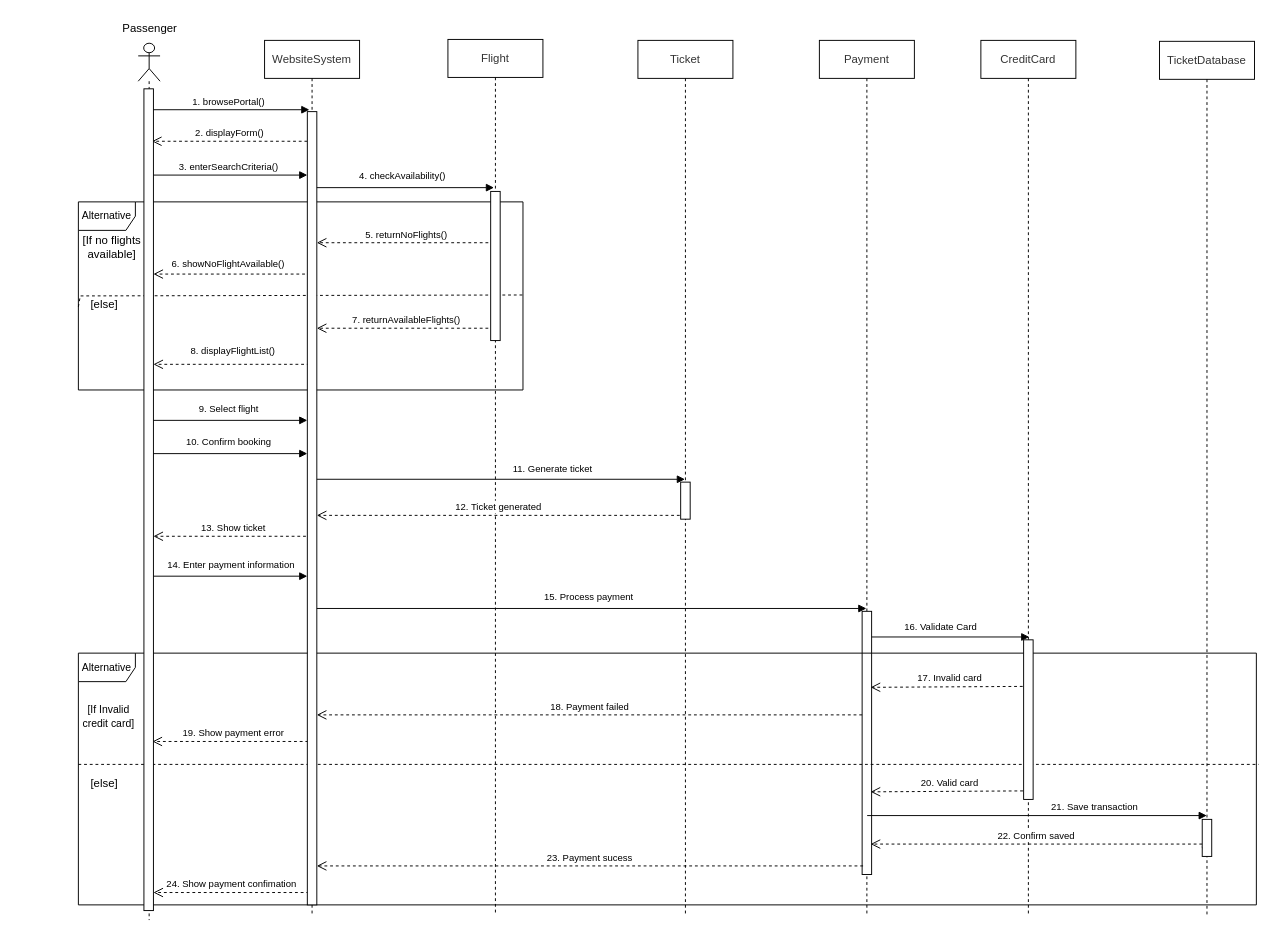
The draw.io diagram sequence2.drawio in huyTrinhVAn/Draw-Io-Repo, before the edit. Source tidied: cells renumbered, new cells numbered last; positions are measured from the earlier drawing's top-left corner, leaving out a move shared by most shapes. Both pictures are drawn from the tidied source at 95%, with x=0, y=0 at pixel (16, 16).
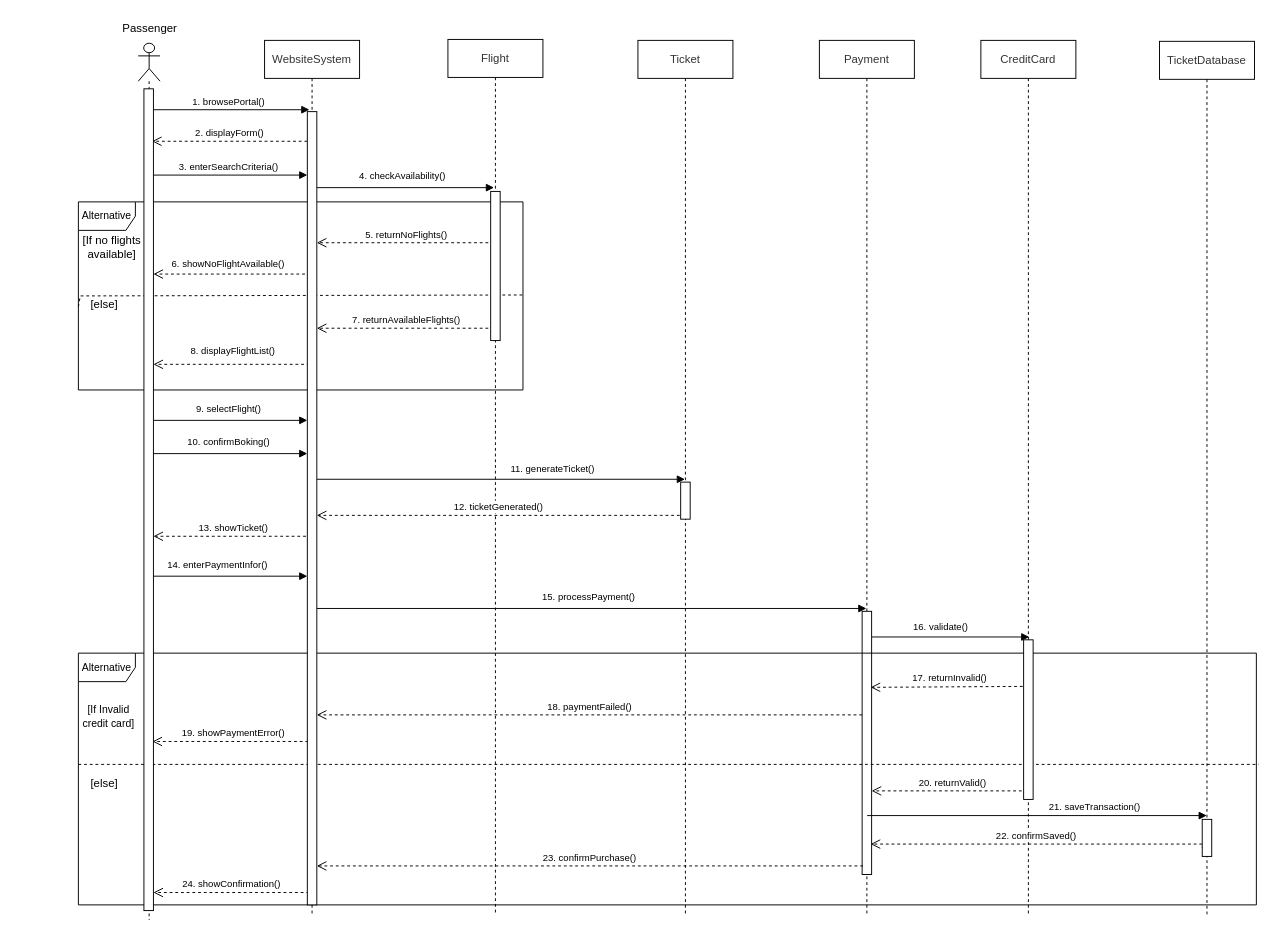
After the change.

Commit message:
Cập nhật sequence2.drawio

The change refers to these unchanged cells:
```xml
<mxCell id="3" value="&lt;span style=&quot;color: rgb(51, 51, 51); font-family: arial, sans-serif; text-wrap-mode: nowrap; background-color: rgb(255, 255, 255);&quot;&gt;&lt;font style=&quot;font-size: 12px;&quot;&gt;WebsiteSystem&lt;/font&gt;&lt;/span&gt;" style="shape=umlLifeline;perimeter=lifelinePerimeter;whiteSpace=wrap;html=1;outlineConnect=0;portConstraint=eastwest;newEdgeStyle={&quot;curved&quot;:0,&quot;rounded&quot;:0};" parent="1" vertex="1">
  <mxGeometry x="261" y="25" width="100" height="922" as="geometry" />
</mxCell>
<mxCell id="7" style="html=1;points=[[0,0,0,0,5],[0,1,0,0,-5],[1,0,0,0,5],[1,1,0,0,-5]];perimeter=orthogonalPerimeter;outlineConnect=0;targetShapes=umlLifeline;portConstraint=eastwest;newEdgeStyle={&quot;curved&quot;:0,&quot;rounded&quot;:0};" parent="6" vertex="1">
  <mxGeometry x="45" y="601" width="10" height="277" as="geometry" />
</mxCell>
<mxCell id="56" style="html=1;points=[[0,0,0,0,5],[0,1,0,0,-5],[1,0,0,0,5],[1,1,0,0,-5]];perimeter=orthogonalPerimeter;outlineConnect=0;targetShapes=umlLifeline;portConstraint=eastwest;newEdgeStyle={&quot;curved&quot;:0,&quot;rounded&quot;:0};" parent="55" vertex="1">
  <mxGeometry x="6" y="48" width="10" height="865" as="geometry" />
</mxCell>
<mxCell id="58" style="html=1;points=[[0,0,0,0,5],[0,1,0,0,-5],[1,0,0,0,5],[1,1,0,0,-5]];perimeter=orthogonalPerimeter;outlineConnect=0;targetShapes=umlLifeline;portConstraint=eastwest;newEdgeStyle={&quot;curved&quot;:0,&quot;rounded&quot;:0};" parent="1" vertex="1">
  <mxGeometry x="306" y="100" width="10" height="835" as="geometry" />
</mxCell>
<mxCell id="62" style="html=1;points=[[0,0,0,0,5],[0,1,0,0,-5],[1,0,0,0,5],[1,1,0,0,-5]];perimeter=orthogonalPerimeter;outlineConnect=0;targetShapes=umlLifeline;portConstraint=eastwest;newEdgeStyle={&quot;curved&quot;:0,&quot;rounded&quot;:0};" parent="1" vertex="1">
  <mxGeometry x="1248" y="845" width="10" height="39" as="geometry" />
</mxCell>
```

Change to the diagram source:
```diff
@@
-    <mxCell id="27" value="&lt;font style=&quot;font-size: 10px;&quot;&gt;9. Select flight&lt;/font&gt;" style="text;html=1;align=center;verticalAlign=middle;whiteSpace=wrap;rounded=0;" parent="1" vertex="1">
+    <mxCell id="27" value="&lt;font style=&quot;font-size: 10px;&quot;&gt;9. selectFlight()&lt;/font&gt;" style="text;html=1;align=center;verticalAlign=middle;whiteSpace=wrap;rounded=0;" parent="1" vertex="1">
       <mxGeometry x="162.5" y="405" width="121" height="16" as="geometry" />
     </mxCell>
@@
-    <mxCell id="29" value="&lt;font style=&quot;font-size: 10px;&quot;&gt;10. Confirm booking&lt;/font&gt;" style="text;html=1;align=center;verticalAlign=middle;whiteSpace=wrap;rounded=0;" parent="1" vertex="1">
+    <mxCell id="29" value="&lt;font style=&quot;font-size: 10px;&quot;&gt;10. confirmBoking()&lt;/font&gt;" style="text;html=1;align=center;verticalAlign=middle;whiteSpace=wrap;rounded=0;" parent="1" vertex="1">
       <mxGeometry x="162.5" y="439" width="121" height="16" as="geometry" />
     </mxCell>
@@
-    <mxCell id="31" value="&lt;font style=&quot;font-size: 10px;&quot;&gt;11. Generate ticket&lt;/font&gt;" style="text;html=1;align=center;verticalAlign=middle;whiteSpace=wrap;rounded=0;" parent="1" vertex="1">
+    <mxCell id="31" value="&lt;font style=&quot;font-size: 10px;&quot;&gt;11. generateTicket()&lt;/font&gt;" style="text;html=1;align=center;verticalAlign=middle;whiteSpace=wrap;rounded=0;" parent="1" vertex="1">
       <mxGeometry x="470" y="468" width="189" height="16" as="geometry" />
     </mxCell>
-    <mxCell id="32" value="&lt;font style=&quot;font-size: 10px;&quot;&gt;12. Ticket generated&lt;/font&gt;" style="html=1;verticalAlign=bottom;endArrow=open;dashed=1;endSize=8;curved=0;rounded=0;" parent="1" edge="1" target="58">
+    <mxCell id="32" value="&lt;font style=&quot;font-size: 10px;&quot;&gt;12. ticketGenerated()&lt;/font&gt;" style="html=1;verticalAlign=bottom;endArrow=open;dashed=1;endSize=8;curved=0;rounded=0;" parent="1" edge="1" target="58">
       <mxGeometry relative="1" as="geometry">
         <mxPoint x="698" y="525" as="sourcePoint" />
         <Array as="points">
           <mxPoint x="678" y="525" />
         </Array>
       </mxGeometry>
     </mxCell>
-    <mxCell id="33" value="&lt;font style=&quot;font-size: 10px;&quot;&gt;13. Show ticket&lt;/font&gt;" style="html=1;verticalAlign=bottom;endArrow=open;dashed=1;endSize=8;curved=0;rounded=0;" parent="1" edge="1" source="3" target="56">
+    <mxCell id="33" value="&lt;font style=&quot;font-size: 10px;&quot;&gt;13. showTicket()&lt;/font&gt;" style="html=1;verticalAlign=bottom;endArrow=open;dashed=1;endSize=8;curved=0;rounded=0;" parent="1" edge="1" source="3" target="56">
       <mxGeometry relative="1" as="geometry">
         <Array as="points">
           <mxPoint x="161" y="547" />
         </Array>
       </mxGeometry>
     </mxCell>
@@
-    <mxCell id="35" value="&lt;div style=&quot;text-align: center;&quot;&gt;&lt;span style=&quot;color: light-dark(rgb(0, 0, 0), rgb(255, 255, 255)); text-wrap-mode: nowrap; background-color: rgb(255, 255, 255);&quot;&gt;&lt;font style=&quot;font-size: 10px;&quot;&gt;14. Enter payment information&lt;/font&gt;&lt;/span&gt;&lt;/div&gt;" style="text;whiteSpace=wrap;html=1;" parent="1" vertex="1">
+    <mxCell id="35" value="&lt;div style=&quot;text-align: center;&quot;&gt;&lt;span style=&quot;color: light-dark(rgb(0, 0, 0), rgb(255, 255, 255)); text-wrap-mode: nowrap; background-color: rgb(255, 255, 255);&quot;&gt;&lt;font style=&quot;font-size: 10px;&quot;&gt;14. enterPaymentInfor()&lt;/font&gt;&lt;/span&gt;&lt;/div&gt;" style="text;whiteSpace=wrap;html=1;" parent="1" vertex="1">
       <mxGeometry x="157" y="563" width="119" height="22" as="geometry" />
     </mxCell>
@@
-    <mxCell id="37" value="&lt;font style=&quot;font-size: 10px;&quot;&gt;15. Process payment&lt;/font&gt;" style="text;html=1;align=center;verticalAlign=middle;whiteSpace=wrap;rounded=0;" parent="1" vertex="1">
+    <mxCell id="37" value="&lt;font style=&quot;font-size: 10px;&quot;&gt;15. processPayment()&lt;/font&gt;" style="text;html=1;align=center;verticalAlign=middle;whiteSpace=wrap;rounded=0;" parent="1" vertex="1">
       <mxGeometry x="508" y="603" width="189" height="16" as="geometry" />
     </mxCell>
@@
-    <mxCell id="39" value="&lt;font style=&quot;font-size: 10px;&quot;&gt;16. Validate Card&lt;/font&gt;" style="text;html=1;align=center;verticalAlign=middle;whiteSpace=wrap;rounded=0;" parent="1" vertex="1">
+    <mxCell id="39" value="&lt;font style=&quot;font-size: 10px;&quot;&gt;16. validate()&lt;/font&gt;" style="text;html=1;align=center;verticalAlign=middle;whiteSpace=wrap;rounded=0;" parent="1" vertex="1">
       <mxGeometry x="895" y="634" width="156" height="16" as="geometry" />
     </mxCell>
@@
-    <mxCell id="44" value="&lt;font style=&quot;font-size: 10px;&quot;&gt;17. Invalid card&lt;/font&gt;" style="html=1;verticalAlign=bottom;endArrow=open;dashed=1;endSize=8;curved=0;rounded=0;" parent="1" edge="1">
+    <mxCell id="44" value="&lt;font style=&quot;font-size: 10px;&quot;&gt;17. returnInvalid()&lt;/font&gt;" style="html=1;verticalAlign=bottom;endArrow=open;dashed=1;endSize=8;curved=0;rounded=0;" parent="1" edge="1">
       <mxGeometry relative="1" as="geometry">
         <mxPoint x="1065" y="705" as="sourcePoint" />
         <mxPoint x="899" y="706" as="targetPoint" />
       </mxGeometry>
     </mxCell>
-    <mxCell id="45" value="&lt;font style=&quot;font-size: 10px;&quot;&gt;18. Payment failed&lt;/font&gt;" style="html=1;verticalAlign=bottom;endArrow=open;dashed=1;endSize=8;curved=0;rounded=0;" parent="1" edge="1" target="58">
+    <mxCell id="45" value="&lt;font style=&quot;font-size: 10px;&quot;&gt;18. paymentFailed()&lt;/font&gt;" style="html=1;verticalAlign=bottom;endArrow=open;dashed=1;endSize=8;curved=0;rounded=0;" parent="1" edge="1" target="58">
       <mxGeometry relative="1" as="geometry">
         <mxPoint x="890" y="735" as="sourcePoint" />
       </mxGeometry>
     </mxCell>
-    <mxCell id="46" value="&lt;font style=&quot;font-size: 10px;&quot;&gt;19. Show payment error&lt;/font&gt;" style="html=1;verticalAlign=bottom;endArrow=open;dashed=1;endSize=8;curved=0;rounded=0;" parent="1" edge="1">
+    <mxCell id="46" value="&lt;font style=&quot;font-size: 10px;&quot;&gt;19. showPaymentError()&lt;/font&gt;" style="html=1;verticalAlign=bottom;endArrow=open;dashed=1;endSize=8;curved=0;rounded=0;" parent="1" edge="1">
       <mxGeometry relative="1" as="geometry">
         <mxPoint x="313" y="763" as="sourcePoint" />
         <mxPoint x="143" y="763" as="targetPoint" />
       </mxGeometry>
     </mxCell>
-    <mxCell id="47" value="&lt;font style=&quot;font-size: 10px;&quot;&gt;20. Valid card&lt;/font&gt;" style="html=1;verticalAlign=bottom;endArrow=open;dashed=1;endSize=8;curved=0;rounded=0;" parent="1" edge="1">
+    <mxCell id="47" value="&lt;font style=&quot;font-size: 10px;&quot;&gt;20. returnValid()&lt;/font&gt;" style="html=1;verticalAlign=bottom;endArrow=open;dashed=1;endSize=8;curved=0;rounded=0;" parent="1" edge="1" target="7">
       <mxGeometry relative="1" as="geometry">
-        <mxPoint x="1065.3" y="815" as="sourcePoint" />
-        <mxPoint x="899" y="816" as="targetPoint" />
+        <mxPoint x="1070" y="815" as="sourcePoint" />
       </mxGeometry>
     </mxCell>
@@
-    <mxCell id="49" value="&lt;font style=&quot;font-size: 10px;&quot;&gt;21. Save transaction&lt;/font&gt;" style="text;html=1;align=center;verticalAlign=middle;whiteSpace=wrap;rounded=0;" parent="1" vertex="1">
+    <mxCell id="49" value="&lt;font style=&quot;font-size: 10px;&quot;&gt;21. saveTransaction()&lt;/font&gt;" style="text;html=1;align=center;verticalAlign=middle;whiteSpace=wrap;rounded=0;" parent="1" vertex="1">
       <mxGeometry x="1057" y="824" width="156" height="16" as="geometry" />
     </mxCell>
-    <mxCell id="50" value="&lt;font style=&quot;font-size: 10px;&quot;&gt;22. Confirm saved&lt;/font&gt;" style="html=1;verticalAlign=bottom;endArrow=open;dashed=1;endSize=8;curved=0;rounded=0;" parent="1" edge="1" source="62">
+    <mxCell id="50" value="&lt;font style=&quot;font-size: 10px;&quot;&gt;22. confirmSaved()&lt;/font&gt;" style="html=1;verticalAlign=bottom;endArrow=open;dashed=1;endSize=8;curved=0;rounded=0;" parent="1" edge="1" source="62">
       <mxGeometry relative="1" as="geometry">
         <mxPoint x="899" y="871" as="targetPoint" />
       </mxGeometry>
     </mxCell>
-    <mxCell id="51" value="&lt;font style=&quot;font-size: 10px;&quot;&gt;23. Payment sucess&lt;/font&gt;" style="html=1;verticalAlign=bottom;endArrow=open;dashed=1;endSize=8;curved=0;rounded=0;" parent="1" edge="1" target="58">
+    <mxCell id="51" value="&lt;font style=&quot;font-size: 10px;&quot;&gt;23. confirmPurchase()&lt;/font&gt;" style="html=1;verticalAlign=bottom;endArrow=open;dashed=1;endSize=8;curved=0;rounded=0;" parent="1" edge="1" target="58">
       <mxGeometry relative="1" as="geometry">
         <mxPoint x="891" y="894" as="sourcePoint" />
       </mxGeometry>
     </mxCell>
-    <mxCell id="52" value="&lt;font style=&quot;font-size: 10px;&quot;&gt;24. Show payment confimation&lt;/font&gt;" style="html=1;verticalAlign=bottom;endArrow=open;dashed=1;endSize=8;curved=0;rounded=0;" parent="1" edge="1" target="56">
+    <mxCell id="52" value="&lt;font style=&quot;font-size: 10px;&quot;&gt;24. showConfirmation()&lt;/font&gt;" style="html=1;verticalAlign=bottom;endArrow=open;dashed=1;endSize=8;curved=0;rounded=0;" parent="1" edge="1" target="56">
       <mxGeometry relative="1" as="geometry">
         <mxPoint x="308" y="922" as="sourcePoint" />
       </mxGeometry>
     </mxCell>
```
